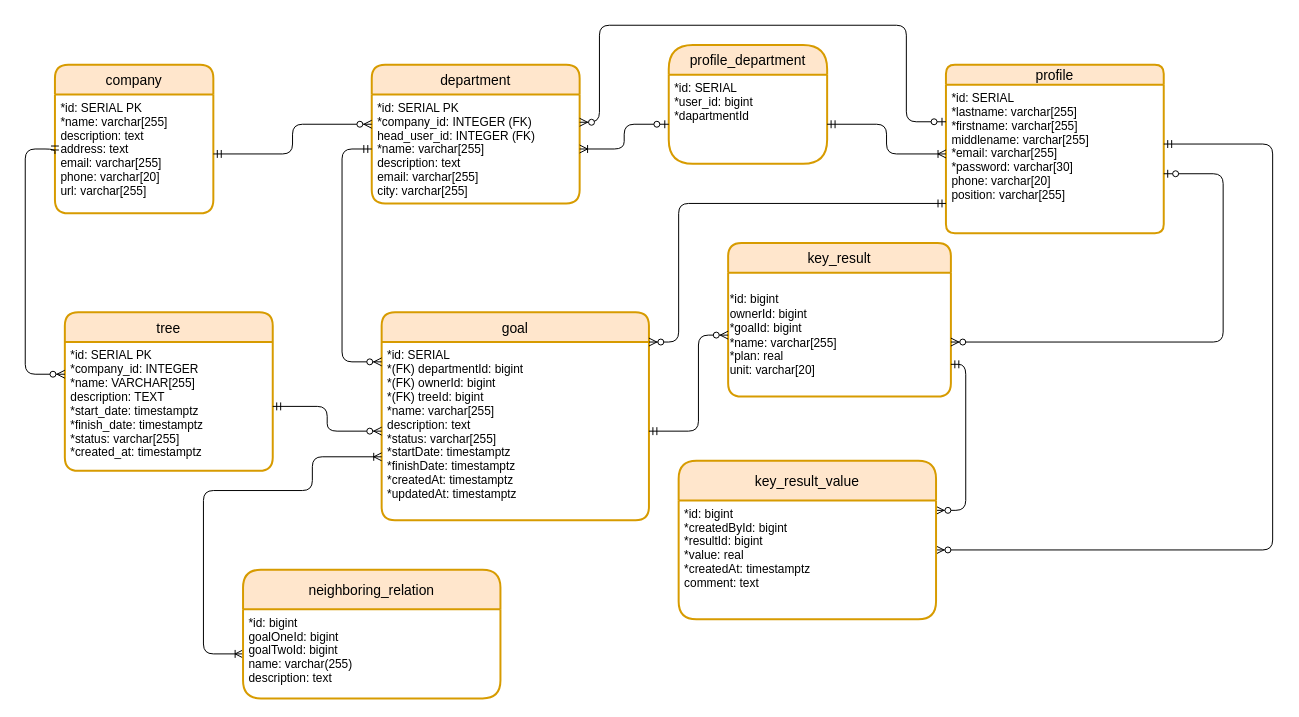
The draw.io diagram page "Database" (2 of 2) of diagrams/okr.drawio in spivakev/OKR-project, before the edit. Source tidied: cells renumbered, new cells numbered last; positions are measured from the earlier drawing's top-left corner, leaving out a move shared by most shapes. Both pictures are drawn from the tidied source at 99%, with x=0, y=0 at pixel (25, 25).
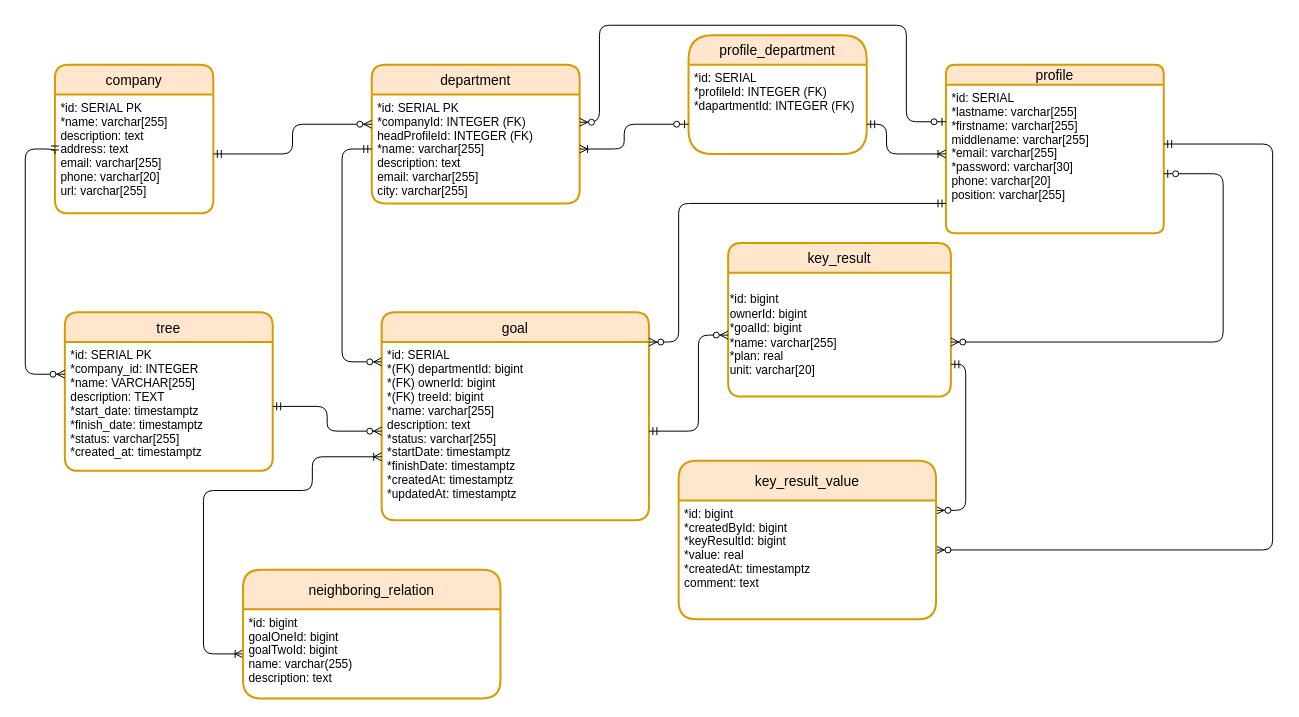
The same diagram, later.

Unchanged cells that the change refers to:
```xml
<mxCell id="3" value="*id: SERIAL PK&#10;*name: varchar[255]&#10;description: text&#10;address: text&#10;email: varchar[255]&#10;phone: varchar[20]&#10;url: varchar[255]&#10;" style="align=left;strokeColor=none;fillColor=none;spacingLeft=4;fontSize=12;verticalAlign=top;" parent="2" vertex="1">
  <mxGeometry y="30" width="160" height="120" as="geometry" />
</mxCell>
<mxCell id="4" value="department" style="swimlane;horizontal=1;startSize=30;rounded=1;fontSize=14;fontStyle=0;strokeWidth=2;shadow=0;dashed=0;align=center;fillColor=#ffe6cc;strokeColor=#d79b00;" parent="1" vertex="1">
  <mxGeometry x="350" y="40" width="210" height="140" as="geometry" />
</mxCell>
<mxCell id="11" value="*id: SERIAL&#10;*lastname: varchar[255]&#10;*firstname: varchar[255]&#10;middlename: varchar[255]&#10;*email: varchar[255]&#10;*password: varchar[30]&#10;phone: varchar[20]&#10;position: varchar[255]" style="align=left;strokeColor=none;fillColor=none;spacingLeft=4;fontSize=12;verticalAlign=top;" parent="10" vertex="1">
  <mxGeometry y="20" width="220" height="150" as="geometry" />
</mxCell>
<mxCell id="24" value="key_result_value" style="swimlane;horizontal=1;startSize=40;rounded=1;fontSize=14;fontStyle=0;strokeWidth=2;shadow=0;dashed=0;align=center;fillColor=#ffe6cc;strokeColor=#d79b00;" parent="1" vertex="1">
  <mxGeometry x="660" y="440" width="260" height="160" as="geometry" />
</mxCell>
```

Change to the diagram source:
```diff
@@
-    <mxCell id="5" value="*id: SERIAL PK&#10;*company_id: INTEGER (FK)&#10;head_user_id: INTEGER (FK)&#10;*name: varchar[255]&#10;description: text&#10;email: varchar[255]&#10;city: varchar[255]&#10;" style="align=left;strokeColor=none;fillColor=none;spacingLeft=4;fontSize=12;verticalAlign=top;" parent="4" vertex="1">
+    <mxCell id="5" value="*id: SERIAL PK&#10;*companyId: INTEGER (FK)&#10;headProfileId: INTEGER (FK)&#10;*name: varchar[255]&#10;description: text&#10;email: varchar[255]&#10;city: varchar[255]&#10;" style="align=left;strokeColor=none;fillColor=none;spacingLeft=4;fontSize=12;verticalAlign=top;" parent="4" vertex="1">
       <mxGeometry y="30" width="210" height="110" as="geometry" />
     </mxCell>
@@
-    <mxCell id="14" style="edgeStyle=orthogonalEdgeStyle;fontSize=12;html=1;endArrow=ERzeroToMany;startArrow=ERmandOne;" parent="1" edge="1" source="3" target="5">
+    <mxCell id="14" style="edgeStyle=orthogonalEdgeStyle;fontSize=12;html=1;endArrow=ERzeroToMany;startArrow=ERmandOne;fillColor=#d5e8d4;" parent="1" edge="1" source="3" target="5">
       <mxGeometry relative="1" as="geometry">
         <Array as="points">
           <mxPoint x="270" y="130" />
           <mxPoint x="270" y="100" />
         </Array>
       </mxGeometry>
     </mxCell>
@@
-    <mxCell id="25" value="*id: bigint&#10;*createdById: bigint &#10;*resultId: bigint&#10;*value: real&#10;*createdAt: timestamptz&#10;comment: text&#10;" style="align=left;strokeColor=none;fillColor=none;spacingLeft=4;fontSize=12;verticalAlign=top;" parent="24" vertex="1">
+    <mxCell id="25" value="*id: bigint&#10;*createdById: bigint &#10;*keyResultId: bigint&#10;*value: real&#10;*createdAt: timestamptz&#10;comment: text&#10;" style="align=left;strokeColor=none;fillColor=none;spacingLeft=4;fontSize=12;verticalAlign=top;" parent="24" vertex="1">
       <mxGeometry y="40" width="260" height="120" as="geometry" />
     </mxCell>
@@
     <mxCell id="28" value="profile_department" style="swimlane;horizontal=1;startSize=30;rounded=1;fontSize=14;fontStyle=0;strokeWidth=2;shadow=0;dashed=0;align=center;fillColor=#ffe6cc;strokeColor=#d79b00;arcSize=27;" parent="1" vertex="1">
-      <mxGeometry x="650" y="20" width="160" height="120" as="geometry" />
+      <mxGeometry x="670" y="10" width="180" height="120" as="geometry" />
     </mxCell>
-    <mxCell id="29" value="*id: SERIAL&#10;*user_id: bigint&#10;*dapartmentId&#10;&#10;" style="align=left;strokeColor=none;fillColor=none;spacingLeft=4;fontSize=12;verticalAlign=top;" parent="28" vertex="1">
-      <mxGeometry y="30" width="160" height="90" as="geometry" />
+    <mxCell id="29" value="*id: SERIAL&#10;*profileId: INTEGER (FK)&#10;*dapartmentId: INTEGER (FK)&#10;&#10;" style="align=left;strokeColor=none;fillColor=none;spacingLeft=4;fontSize=12;verticalAlign=top;" parent="28" vertex="1">
+      <mxGeometry y="30" width="180" height="90" as="geometry" />
     </mxCell>
-    <mxCell id="30" style="edgeStyle=orthogonalEdgeStyle;fontSize=12;html=1;endArrow=ERoneToMany;startArrow=ERzeroToOne;" parent="1" edge="1" source="29" target="5">
+    <mxCell id="30" style="edgeStyle=orthogonalEdgeStyle;fontSize=12;html=1;endArrow=ERoneToMany;startArrow=ERzeroToOne;fillColor=#dae8fc;" parent="1" edge="1" source="29" target="5">
       <mxGeometry relative="1" as="geometry">
         <Array as="points">
           <mxPoint x="605" y="100" />
           <mxPoint x="605" y="125" />
         </Array>
       </mxGeometry>
     </mxCell>
-    <mxCell id="31" style="edgeStyle=orthogonalEdgeStyle;fontSize=12;html=1;endArrow=ERoneToMany;startArrow=ERmandOne;" parent="1" edge="1" source="29" target="11">
+    <mxCell id="31" style="edgeStyle=orthogonalEdgeStyle;fontSize=12;html=1;endArrow=ERoneToMany;startArrow=ERmandOne;fillColor=#dae8fc;" parent="1" edge="1" source="29" target="11">
       <mxGeometry relative="1" as="geometry">
         <Array as="points">
           <mxPoint x="870" y="100" />
           <mxPoint x="870" y="130" />
         </Array>
       </mxGeometry>
     </mxCell>
-    <mxCell id="32" style="edgeStyle=orthogonalEdgeStyle;fontSize=12;html=1;endArrow=ERzeroToMany;startArrow=ERzeroToOne;exitX=0;exitY=0.25;exitDx=0;exitDy=0;" parent="1" edge="1" source="11" target="5">
+    <mxCell id="32" style="edgeStyle=orthogonalEdgeStyle;fontSize=12;html=1;endArrow=ERzeroToMany;startArrow=ERzeroToOne;exitX=0;exitY=0.25;exitDx=0;exitDy=0;fillColor=#d5e8d4;" parent="1" edge="1" source="11" target="5">
       <mxGeometry relative="1" as="geometry">
         <Array as="points">
           <mxPoint x="890" y="98" />
           <mxPoint x="890" />
           <mxPoint x="580" />
           <mxPoint x="580" y="98" />
         </Array>
       </mxGeometry>
     </mxCell>
```
